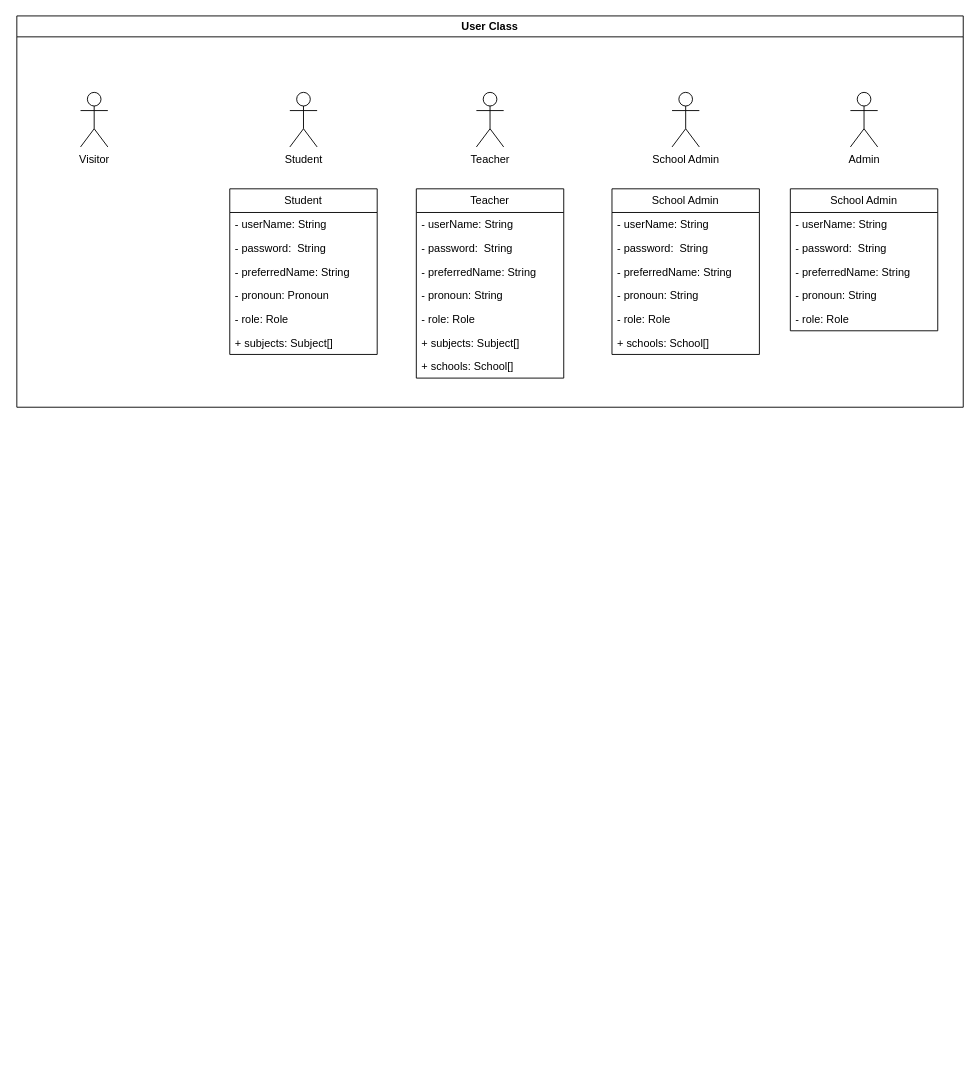
The draw.io diagram docs/assets/Level 1 Class diagram.drawio in akshayvijaynair/music-academy-docs, before the edit. Source tidied: cells renumbered, new cells numbered last; positions are measured from the earlier drawing's top-left corner, leaving out a move shared by most shapes. Both pictures are drawn from the tidied source at 91%, with x=0, y=0 at pixel (16, 15).
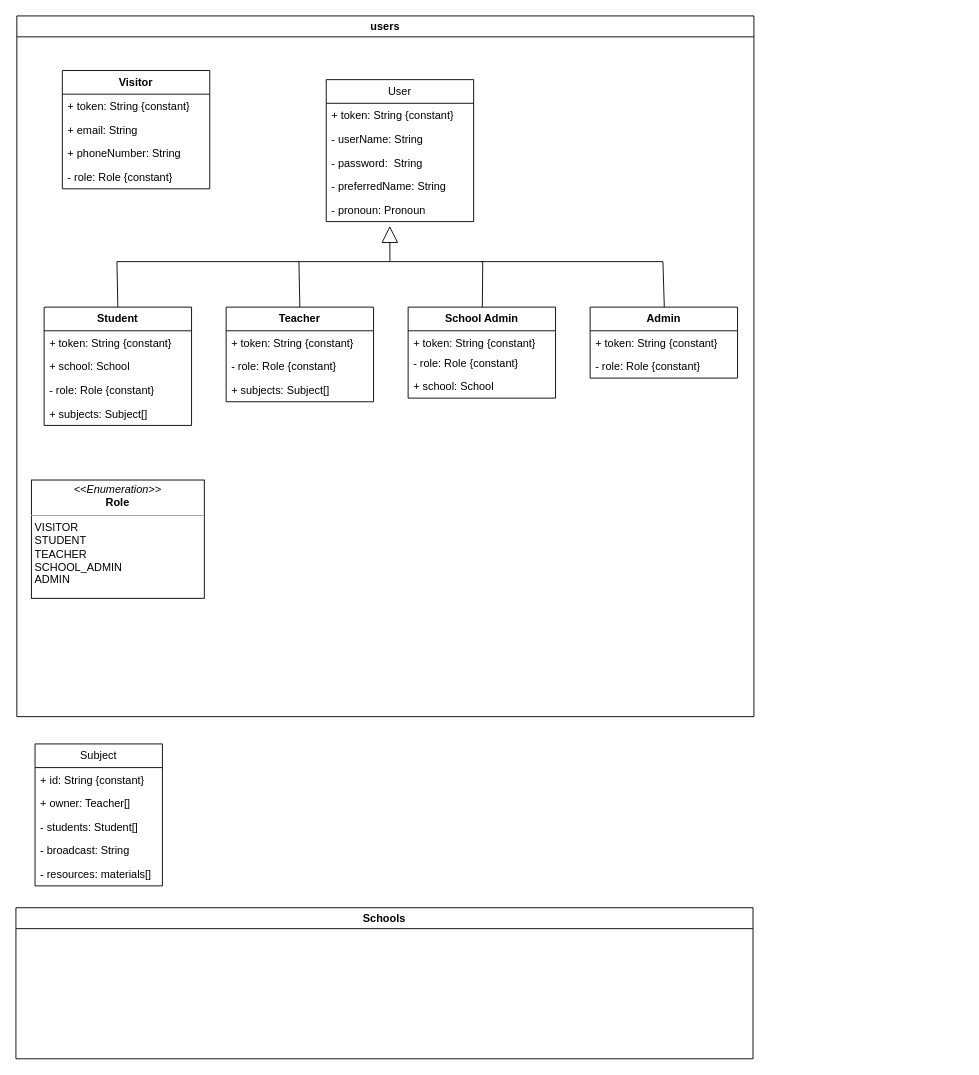
The same diagram, later.

Commit message:
feat(classDiagram): updated subject class

The edit, as a diff of the source:
```diff
@@
-    <mxCell id="2" value="User Class" style="swimlane;whiteSpace=wrap;html=1;" parent="1" vertex="1">
-      <mxGeometry width="1040" height="430" as="geometry" />
+    <mxCell id="2" value="users" style="swimlane;whiteSpace=wrap;html=1;" parent="1" vertex="1">
+      <mxGeometry width="810" height="770" as="geometry" />
     </mxCell>
-    <mxCell id="3" value="Student" style="swimlane;fontStyle=0;horizontal=1;startSize=26;fillColor=none;whiteSpace=wrap;html=1;" parent="2" vertex="1">
-      <mxGeometry x="234" y="190" width="162" height="182" as="geometry" />
+    <mxCell id="3" value="&lt;b&gt;Student&lt;/b&gt;" style="swimlane;fontStyle=0;horizontal=1;startSize=26;fillColor=none;whiteSpace=wrap;html=1;" parent="2" vertex="1">
+      <mxGeometry x="30" y="320" width="162" height="130" as="geometry" />
     </mxCell>
-    <mxCell id="4" value="- userName: String" style="text;strokeColor=none;fillColor=none;align=left;verticalAlign=top;spacingLeft=4;spacingRight=4;overflow=hidden;whiteSpace=wrap;html=1;" parent="3" vertex="1">
+    <mxCell id="4" value="+ token: String {constant}" style="text;strokeColor=none;fillColor=none;align=left;verticalAlign=top;spacingLeft=4;spacingRight=4;overflow=hidden;whiteSpace=wrap;html=1;" parent="3" vertex="1">
       <mxGeometry y="26" width="162" height="26" as="geometry" />
     </mxCell>
-    <mxCell id="5" value="- password:&amp;nbsp; String" style="text;strokeColor=none;fillColor=none;align=left;verticalAlign=top;spacingLeft=4;spacingRight=4;overflow=hidden;whiteSpace=wrap;html=1;" parent="3" vertex="1">
-      <mxGeometry y="52" width="162" height="26" as="geometry" />
-    </mxCell>
-    <mxCell id="6" value="- preferredName: String" style="text;strokeColor=none;fillColor=none;align=left;verticalAlign=top;spacingLeft=4;spacingRight=4;overflow=hidden;whiteSpace=wrap;html=1;" parent="3" vertex="1">
-      <mxGeometry y="78" width="162" height="26" as="geometry" />
-    </mxCell>
-    <mxCell id="7" value="- pronoun: Pronoun" style="text;strokeColor=none;fillColor=none;align=left;verticalAlign=top;spacingLeft=4;spacingRight=4;overflow=hidden;points=[[0,0.5],[1,0.5]];portConstraint=eastwest;whiteSpace=wrap;html=1;" parent="3" vertex="1">
-      <mxGeometry y="104" width="162" height="26" as="geometry" />
-    </mxCell>
+    <mxCell id="36" value="+ school: School" style="text;strokeColor=none;fillColor=none;align=left;verticalAlign=top;spacingLeft=4;spacingRight=4;overflow=hidden;whiteSpace=wrap;html=1;" parent="3" vertex="1">
+      <mxGeometry y="52" width="162" height="26" as="geometry" />
+    </mxCell>
-    <mxCell id="8" value="- role: Role" style="text;strokeColor=none;fillColor=none;align=left;verticalAlign=top;spacingLeft=4;spacingRight=4;overflow=hidden;whiteSpace=wrap;html=1;" parent="3" vertex="1">
-      <mxGeometry y="130" width="162" height="26" as="geometry" />
+    <mxCell id="8" value="- role: Role {constant}" style="text;strokeColor=none;fillColor=none;align=left;verticalAlign=top;spacingLeft=4;spacingRight=4;overflow=hidden;whiteSpace=wrap;html=1;" parent="3" vertex="1">
+      <mxGeometry y="78" width="162" height="26" as="geometry" />
     </mxCell>
     <mxCell id="9" value="+ subjects: Subject[]" style="text;strokeColor=none;fillColor=none;align=left;verticalAlign=top;spacingLeft=4;spacingRight=4;overflow=hidden;whiteSpace=wrap;html=1;" parent="3" vertex="1">
-      <mxGeometry y="156" width="162" height="26" as="geometry" />
+      <mxGeometry y="104" width="162" height="26" as="geometry" />
     </mxCell>
-    <mxCell id="10" value="Visitor" style="shape=umlActor;verticalLabelPosition=bottom;verticalAlign=top;html=1;" parent="2" vertex="1">
-      <mxGeometry x="70" y="84" width="30" height="60" as="geometry" />
-    </mxCell>
-    <mxCell id="11" value="Student" style="shape=umlActor;verticalLabelPosition=bottom;verticalAlign=top;html=1;" parent="2" vertex="1">
-      <mxGeometry x="300" y="84" width="30" height="60" as="geometry" />
-    </mxCell>
-    <mxCell id="12" value="Teacher" style="shape=umlActor;verticalLabelPosition=bottom;verticalAlign=top;html=1;" parent="2" vertex="1">
-      <mxGeometry x="505" y="84" width="30" height="60" as="geometry" />
-    </mxCell>
-    <mxCell id="13" value="School Admin" style="shape=umlActor;verticalLabelPosition=bottom;verticalAlign=top;html=1;" parent="2" vertex="1">
-      <mxGeometry x="720" y="84" width="30" height="60" as="geometry" />
-    </mxCell>
-    <mxCell id="14" value="Admin" style="shape=umlActor;verticalLabelPosition=bottom;verticalAlign=top;html=1;" parent="2" vertex="1">
-      <mxGeometry x="916" y="84" width="30" height="60" as="geometry" />
-    </mxCell>
-    <mxCell id="15" value="Teacher" style="swimlane;fontStyle=0;horizontal=1;startSize=26;fillColor=none;whiteSpace=wrap;html=1;" parent="2" vertex="1">
-      <mxGeometry x="439" y="190" width="162" height="208" as="geometry" />
+    <mxCell id="15" value="&lt;b&gt;Teacher&lt;/b&gt;" style="swimlane;fontStyle=0;horizontal=1;startSize=26;fillColor=none;whiteSpace=wrap;html=1;" parent="2" vertex="1">
+      <mxGeometry x="230" y="320" width="162" height="104" as="geometry" />
     </mxCell>
-    <mxCell id="16" value="- userName: String" style="text;strokeColor=none;fillColor=none;align=left;verticalAlign=top;spacingLeft=4;spacingRight=4;overflow=hidden;whiteSpace=wrap;html=1;" parent="15" vertex="1">
-      <mxGeometry y="26" width="162" height="26" as="geometry" />
-    </mxCell>
-    <mxCell id="17" value="- password:&amp;nbsp; String" style="text;strokeColor=none;fillColor=none;align=left;verticalAlign=top;spacingLeft=4;spacingRight=4;overflow=hidden;whiteSpace=wrap;html=1;" parent="15" vertex="1">
-      <mxGeometry y="52" width="162" height="26" as="geometry" />
-    </mxCell>
-    <mxCell id="18" value="- preferredName: String" style="text;strokeColor=none;fillColor=none;align=left;verticalAlign=top;spacingLeft=4;spacingRight=4;overflow=hidden;whiteSpace=wrap;html=1;" parent="15" vertex="1">
-      <mxGeometry y="78" width="162" height="26" as="geometry" />
-    </mxCell>
-    <mxCell id="19" value="- pronoun: String" style="text;strokeColor=none;fillColor=none;align=left;verticalAlign=top;spacingLeft=4;spacingRight=4;overflow=hidden;whiteSpace=wrap;html=1;" parent="15" vertex="1">
-      <mxGeometry y="104" width="162" height="26" as="geometry" />
-    </mxCell>
-    <mxCell id="20" value="- role: Role" style="text;strokeColor=none;fillColor=none;align=left;verticalAlign=top;spacingLeft=4;spacingRight=4;overflow=hidden;whiteSpace=wrap;html=1;" parent="15" vertex="1">
-      <mxGeometry y="130" width="162" height="26" as="geometry" />
-    </mxCell>
+    <mxCell id="37" value="+ token: String {constant}" style="text;strokeColor=none;fillColor=none;align=left;verticalAlign=top;spacingLeft=4;spacingRight=4;overflow=hidden;whiteSpace=wrap;html=1;" parent="15" vertex="1">
+      <mxGeometry y="26" width="162" height="26" as="geometry" />
+    </mxCell>
+    <mxCell id="38" value="- role: Role {constant}" style="text;strokeColor=none;fillColor=none;align=left;verticalAlign=top;spacingLeft=4;spacingRight=4;overflow=hidden;whiteSpace=wrap;html=1;" parent="15" vertex="1">
+      <mxGeometry y="52" width="162" height="26" as="geometry" />
+    </mxCell>
     <mxCell id="21" value="+ subjects: Subject[]" style="text;strokeColor=none;fillColor=none;align=left;verticalAlign=top;spacingLeft=4;spacingRight=4;overflow=hidden;whiteSpace=wrap;html=1;" parent="15" vertex="1">
-      <mxGeometry y="156" width="162" height="26" as="geometry" />
+      <mxGeometry y="78" width="162" height="26" as="geometry" />
     </mxCell>
-    <mxCell id="22" value="+ schools: School[]" style="text;strokeColor=none;fillColor=none;align=left;verticalAlign=top;spacingLeft=4;spacingRight=4;overflow=hidden;whiteSpace=wrap;html=1;" parent="15" vertex="1">
-      <mxGeometry y="182" width="162" height="26" as="geometry" />
-    </mxCell>
-    <mxCell id="23" value="School Admin" style="swimlane;fontStyle=0;horizontal=1;startSize=26;fillColor=none;whiteSpace=wrap;html=1;" parent="2" vertex="1">
-      <mxGeometry x="654" y="190" width="162" height="182" as="geometry" />
+    <mxCell id="23" value="&lt;b&gt;School Admin&lt;/b&gt;" style="swimlane;fontStyle=0;horizontal=1;startSize=26;fillColor=none;whiteSpace=wrap;html=1;" parent="2" vertex="1">
+      <mxGeometry x="430" y="320" width="162" height="100" as="geometry" />
     </mxCell>
-    <mxCell id="24" value="- userName: String" style="text;strokeColor=none;fillColor=none;align=left;verticalAlign=top;spacingLeft=4;spacingRight=4;overflow=hidden;whiteSpace=wrap;html=1;" parent="23" vertex="1">
-      <mxGeometry y="26" width="162" height="26" as="geometry" />
-    </mxCell>
-    <mxCell id="25" value="- password:&amp;nbsp; String" style="text;strokeColor=none;fillColor=none;align=left;verticalAlign=top;spacingLeft=4;spacingRight=4;overflow=hidden;whiteSpace=wrap;html=1;" parent="23" vertex="1">
-      <mxGeometry y="52" width="162" height="26" as="geometry" />
-    </mxCell>
-    <mxCell id="26" value="- preferredName: String" style="text;strokeColor=none;fillColor=none;align=left;verticalAlign=top;spacingLeft=4;spacingRight=4;overflow=hidden;whiteSpace=wrap;html=1;" parent="23" vertex="1">
-      <mxGeometry y="78" width="162" height="26" as="geometry" />
-    </mxCell>
-    <mxCell id="27" value="- pronoun: String" style="text;strokeColor=none;fillColor=none;align=left;verticalAlign=top;spacingLeft=4;spacingRight=4;overflow=hidden;whiteSpace=wrap;html=1;" parent="23" vertex="1">
-      <mxGeometry y="104" width="162" height="26" as="geometry" />
-    </mxCell>
-    <mxCell id="28" value="- role: Role" style="text;strokeColor=none;fillColor=none;align=left;verticalAlign=top;spacingLeft=4;spacingRight=4;overflow=hidden;whiteSpace=wrap;html=1;" parent="23" vertex="1">
-      <mxGeometry y="130" width="162" height="26" as="geometry" />
-    </mxCell>
+    <mxCell id="39" value="+ token: String {constant}" style="text;strokeColor=none;fillColor=none;align=left;verticalAlign=top;spacingLeft=4;spacingRight=4;overflow=hidden;whiteSpace=wrap;html=1;" parent="23" vertex="1">
+      <mxGeometry y="26" width="162" height="22" as="geometry" />
+    </mxCell>
+    <mxCell id="40" value="- role: Role {constant}" style="text;strokeColor=none;fillColor=none;align=left;verticalAlign=top;spacingLeft=4;spacingRight=4;overflow=hidden;whiteSpace=wrap;html=1;" parent="23" vertex="1">
+      <mxGeometry y="48" width="162" height="26" as="geometry" />
+    </mxCell>
-    <mxCell id="29" value="+ schools: School[]" style="text;strokeColor=none;fillColor=none;align=left;verticalAlign=top;spacingLeft=4;spacingRight=4;overflow=hidden;whiteSpace=wrap;html=1;" parent="23" vertex="1">
-      <mxGeometry y="156" width="162" height="26" as="geometry" />
+    <mxCell id="29" value="+ school: School" style="text;strokeColor=none;fillColor=none;align=left;verticalAlign=top;spacingLeft=4;spacingRight=4;overflow=hidden;whiteSpace=wrap;html=1;" parent="23" vertex="1">
+      <mxGeometry y="74" width="162" height="26" as="geometry" />
     </mxCell>
-    <mxCell id="30" value="School Admin" style="swimlane;fontStyle=0;horizontal=1;startSize=26;fillColor=none;whiteSpace=wrap;html=1;" parent="2" vertex="1">
-      <mxGeometry x="850" y="190" width="162" height="156" as="geometry" />
+    <mxCell id="30" value="&lt;b&gt;Admin&lt;/b&gt;" style="swimlane;fontStyle=0;horizontal=1;startSize=26;fillColor=none;whiteSpace=wrap;html=1;" parent="2" vertex="1">
+      <mxGeometry x="630" y="320" width="162" height="78" as="geometry" />
     </mxCell>
-    <mxCell id="31" value="- userName: String" style="text;strokeColor=none;fillColor=none;align=left;verticalAlign=top;spacingLeft=4;spacingRight=4;overflow=hidden;whiteSpace=wrap;html=1;" parent="30" vertex="1">
-      <mxGeometry y="26" width="162" height="26" as="geometry" />
-    </mxCell>
-    <mxCell id="32" value="- password:&amp;nbsp; String" style="text;strokeColor=none;fillColor=none;align=left;verticalAlign=top;spacingLeft=4;spacingRight=4;overflow=hidden;whiteSpace=wrap;html=1;" parent="30" vertex="1">
-      <mxGeometry y="52" width="162" height="26" as="geometry" />
-    </mxCell>
-    <mxCell id="33" value="- preferredName: String" style="text;strokeColor=none;fillColor=none;align=left;verticalAlign=top;spacingLeft=4;spacingRight=4;overflow=hidden;whiteSpace=wrap;html=1;" parent="30" vertex="1">
-      <mxGeometry y="78" width="162" height="26" as="geometry" />
-    </mxCell>
-    <mxCell id="34" value="- pronoun: String" style="text;strokeColor=none;fillColor=none;align=left;verticalAlign=top;spacingLeft=4;spacingRight=4;overflow=hidden;whiteSpace=wrap;html=1;" parent="30" vertex="1">
-      <mxGeometry y="104" width="162" height="26" as="geometry" />
-    </mxCell>
-    <mxCell id="35" value="- role: Role" style="text;strokeColor=none;fillColor=none;align=left;verticalAlign=top;spacingLeft=4;spacingRight=4;overflow=hidden;whiteSpace=wrap;html=1;" parent="30" vertex="1">
-      <mxGeometry y="130" width="162" height="26" as="geometry" />
-    </mxCell>
+    <mxCell id="41" value="+ token: String {constant}" style="text;strokeColor=none;fillColor=none;align=left;verticalAlign=top;spacingLeft=4;spacingRight=4;overflow=hidden;whiteSpace=wrap;html=1;" parent="30" vertex="1">
+      <mxGeometry y="26" width="162" height="26" as="geometry" />
+    </mxCell>
+    <mxCell id="42" value="- role: Role {constant}" style="text;strokeColor=none;fillColor=none;align=left;verticalAlign=top;spacingLeft=4;spacingRight=4;overflow=hidden;whiteSpace=wrap;html=1;" parent="30" vertex="1">
+      <mxGeometry y="52" width="162" height="26" as="geometry" />
+    </mxCell>
+    <mxCell id="10" value="&lt;b&gt;Visitor&lt;/b&gt;" style="swimlane;fontStyle=0;horizontal=1;startSize=26;fillColor=none;whiteSpace=wrap;html=1;" parent="2" vertex="1">
+      <mxGeometry x="50" y="60" width="162" height="130" as="geometry" />
+    </mxCell>
+    <mxCell id="43" value="+ token: String {constant}" style="text;strokeColor=none;fillColor=none;align=left;verticalAlign=top;spacingLeft=4;spacingRight=4;overflow=hidden;whiteSpace=wrap;html=1;" parent="10" vertex="1">
+      <mxGeometry y="26" width="162" height="26" as="geometry" />
+    </mxCell>
+    <mxCell id="44" value="+ email: String" style="text;strokeColor=none;fillColor=none;align=left;verticalAlign=top;spacingLeft=4;spacingRight=4;overflow=hidden;whiteSpace=wrap;html=1;" parent="10" vertex="1">
+      <mxGeometry y="52" width="162" height="26" as="geometry" />
+    </mxCell>
+    <mxCell id="45" value="+ phoneNumber: String" style="text;strokeColor=none;fillColor=none;align=left;verticalAlign=top;spacingLeft=4;spacingRight=4;overflow=hidden;whiteSpace=wrap;html=1;" parent="10" vertex="1">
+      <mxGeometry y="78" width="162" height="26" as="geometry" />
+    </mxCell>
+    <mxCell id="46" value="- role: Role {constant}" style="text;strokeColor=none;fillColor=none;align=left;verticalAlign=top;spacingLeft=4;spacingRight=4;overflow=hidden;whiteSpace=wrap;html=1;" parent="10" vertex="1">
+      <mxGeometry y="104" width="162" height="26" as="geometry" />
+    </mxCell>
+    <mxCell id="47" value="User" style="swimlane;fontStyle=0;horizontal=1;startSize=26;fillColor=none;whiteSpace=wrap;html=1;" parent="2" vertex="1">
+      <mxGeometry x="340" y="70" width="162" height="156" as="geometry" />
+    </mxCell>
+    <mxCell id="48" value="+ token: String {constant}" style="text;strokeColor=none;fillColor=none;align=left;verticalAlign=top;spacingLeft=4;spacingRight=4;overflow=hidden;whiteSpace=wrap;html=1;" parent="47" vertex="1">
+      <mxGeometry y="26" width="162" height="26" as="geometry" />
+    </mxCell>
+    <mxCell id="49" value="- userName: String" style="text;strokeColor=none;fillColor=none;align=left;verticalAlign=top;spacingLeft=4;spacingRight=4;overflow=hidden;whiteSpace=wrap;html=1;" parent="47" vertex="1">
+      <mxGeometry y="52" width="162" height="26" as="geometry" />
+    </mxCell>
+    <mxCell id="50" value="- password:&amp;nbsp; String" style="text;strokeColor=none;fillColor=none;align=left;verticalAlign=top;spacingLeft=4;spacingRight=4;overflow=hidden;whiteSpace=wrap;html=1;" parent="47" vertex="1">
+      <mxGeometry y="78" width="162" height="26" as="geometry" />
+    </mxCell>
+    <mxCell id="51" value="- preferredName: String" style="text;strokeColor=none;fillColor=none;align=left;verticalAlign=top;spacingLeft=4;spacingRight=4;overflow=hidden;whiteSpace=wrap;html=1;" parent="47" vertex="1">
+      <mxGeometry y="104" width="162" height="26" as="geometry" />
+    </mxCell>
+    <mxCell id="7" value="- pronoun: Pronoun" style="text;strokeColor=none;fillColor=none;align=left;verticalAlign=top;spacingLeft=4;spacingRight=4;overflow=hidden;points=[[0,0.5],[1,0.5]];portConstraint=eastwest;whiteSpace=wrap;html=1;" parent="47" vertex="1">
+      <mxGeometry y="130" width="162" height="26" as="geometry" />
+    </mxCell>
+    <mxCell id="52" value="&lt;p style=&quot;margin:0px;margin-top:4px;text-align:center;&quot;&gt;&lt;i&gt;&amp;lt;&amp;lt;Enumeration&amp;gt;&amp;gt;&lt;/i&gt;&lt;br&gt;&lt;b&gt;Role&lt;/b&gt;&lt;/p&gt;&lt;hr size=&quot;1&quot;&gt;&lt;p style=&quot;margin:0px;margin-left:4px;&quot;&gt;VISITOR&lt;/p&gt;&lt;p style=&quot;margin:0px;margin-left:4px;&quot;&gt;STUDENT&lt;br&gt;&lt;/p&gt;&lt;p style=&quot;margin:0px;margin-left:4px;&quot;&gt;TEACHER&lt;/p&gt;&lt;p style=&quot;margin:0px;margin-left:4px;&quot;&gt;SCHOOL_ADMIN&lt;/p&gt;&lt;p style=&quot;margin:0px;margin-left:4px;&quot;&gt;ADMIN&lt;/p&gt;&lt;p style=&quot;margin:0px;margin-left:4px;&quot;&gt;&lt;br&gt;&lt;/p&gt;" style="verticalAlign=top;align=left;overflow=fill;fontSize=12;fontFamily=Helvetica;html=1;whiteSpace=wrap;" parent="2" vertex="1">
+      <mxGeometry x="16" y="510" width="190" height="130" as="geometry" />
+    </mxCell>
+    <mxCell id="53" style="endArrow=block;endSize=16;endFill=0;html=1;rounded=0;exitX=0.5;exitY=0;exitDx=0;exitDy=0;entryX=0.431;entryY=1.187;entryDx=0;entryDy=0;entryPerimeter=0;" parent="2" edge="1" source="3" target="7">
+      <mxGeometry relative="1" as="geometry">
+        <Array as="points">
+          <mxPoint x="110" y="270" />
+          <mxPoint x="410" y="270" />
+        </Array>
+      </mxGeometry>
+    </mxCell>
+    <mxCell id="54" style="endArrow=none;html=1;rounded=0;exitX=0.5;exitY=0;exitDx=0;exitDy=0;" parent="2" edge="1" source="15">
+      <mxGeometry relative="1" as="geometry">
+        <mxPoint x="310" y="270" as="targetPoint" />
+      </mxGeometry>
+    </mxCell>
+    <mxCell id="55" style="endArrow=none;html=1;rounded=0;exitX=0.5;exitY=0;exitDx=0;exitDy=0;" parent="2" edge="1">
+      <mxGeometry relative="1" as="geometry">
+        <mxPoint x="511.5" y="320" as="sourcePoint" />
+        <mxPoint x="410" y="270" as="targetPoint" />
+        <Array as="points">
+          <mxPoint x="512" y="270" />
+        </Array>
+      </mxGeometry>
+    </mxCell>
+    <mxCell id="56" style="endArrow=none;html=1;rounded=0;exitX=0.5;exitY=0;exitDx=0;exitDy=0;" parent="2" edge="1">
+      <mxGeometry relative="1" as="geometry">
+        <mxPoint x="711.5" y="320" as="sourcePoint" />
+        <mxPoint x="510" y="270" as="targetPoint" />
+        <Array as="points">
+          <mxPoint x="710" y="270" />
+        </Array>
+      </mxGeometry>
+    </mxCell>
+    <mxCell id="57" value="Schools" style="swimlane;whiteSpace=wrap;html=1;startSize=23;" parent="1" vertex="1">
+      <mxGeometry x="-1" y="980" width="810" height="166" as="geometry" />
+    </mxCell>
+    <mxCell id="58" value="Subject" style="swimlane;fontStyle=0;horizontal=1;startSize=26;fillColor=none;whiteSpace=wrap;html=1;" parent="1" vertex="1">
+      <mxGeometry x="20" y="800" width="140" height="156" as="geometry" />
+    </mxCell>
+    <mxCell id="59" value="+ id: String {constant}" style="text;strokeColor=none;fillColor=none;align=left;verticalAlign=top;spacingLeft=4;spacingRight=4;overflow=hidden;whiteSpace=wrap;html=1;" parent="58" vertex="1">
+      <mxGeometry y="26" width="140" height="26" as="geometry" />
+    </mxCell>
+    <mxCell id="60" value="+ owner: Teacher[]" style="text;strokeColor=none;fillColor=none;align=left;verticalAlign=top;spacingLeft=4;spacingRight=4;overflow=hidden;whiteSpace=wrap;html=1;" parent="58" vertex="1">
+      <mxGeometry y="52" width="140" height="26" as="geometry" />
+    </mxCell>
+    <mxCell id="61" value="- students: Student[]" style="text;strokeColor=none;fillColor=none;align=left;verticalAlign=top;spacingLeft=4;spacingRight=4;overflow=hidden;whiteSpace=wrap;html=1;" parent="58" vertex="1">
+      <mxGeometry y="78" width="140" height="26" as="geometry" />
+    </mxCell>
+    <mxCell id="62" value="- broadcast: String" style="text;strokeColor=none;fillColor=none;align=left;verticalAlign=top;spacingLeft=4;spacingRight=4;overflow=hidden;whiteSpace=wrap;html=1;" parent="58" vertex="1">
+      <mxGeometry y="104" width="140" height="26" as="geometry" />
+    </mxCell>
+    <mxCell id="63" value="- resources: materials[]" style="text;strokeColor=none;fillColor=none;align=left;verticalAlign=top;spacingLeft=4;spacingRight=4;overflow=hidden;whiteSpace=wrap;html=1;" parent="58" vertex="1">
+      <mxGeometry y="130" width="140" height="26" as="geometry" />
+    </mxCell>
```
